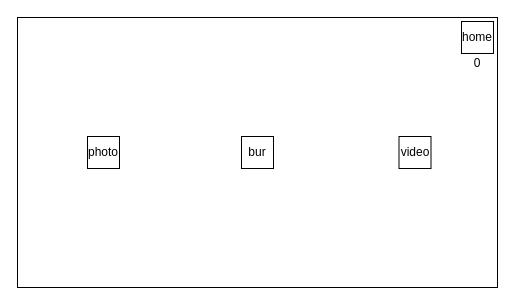
Above: Untitled explore-4.drawio in Pre-vious/draw.io (draw.io), before the change. Source tidied: cells renumbered, new cells numbered last; positions are measured from the earlier drawing's top-left corner, leaving out a move shared by most shapes. Both pictures are drawn from the tidied source at 100%, with x=0, y=0 at pixel (17, 17).
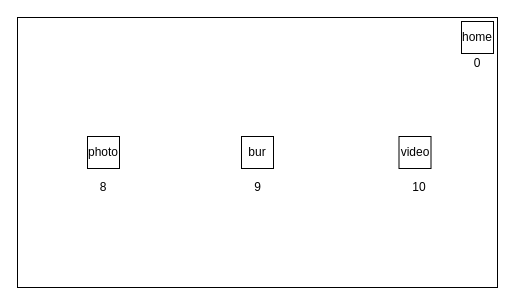
Above is the later version.

Change to the diagram source:
```diff
@@
 <mxGraphModel>
   <root>
     <mxCell id="0" />
     <mxCell id="1" parent="0" />
     <mxCell id="2" style="rounded=0;whiteSpace=wrap;html=1;" parent="1" vertex="1">
       <mxGeometry width="480" height="270" as="geometry" />
     </mxCell>
     <mxCell id="3" value="photo" style="whiteSpace=wrap;html=1;" parent="1" vertex="1">
       <mxGeometry x="70" y="119" width="32" height="32" as="geometry" />
     </mxCell>
     <mxCell id="4" value="bur" style="whiteSpace=wrap;html=1;" parent="1" vertex="1">
       <mxGeometry x="224" y="119" width="32" height="32" as="geometry" />
     </mxCell>
     <mxCell id="5" value="video" style="whiteSpace=wrap;html=1;" parent="1" vertex="1">
       <mxGeometry x="381.5" y="119" width="32" height="32" as="geometry" />
     </mxCell>
     <mxCell id="6" value="home" style="whiteSpace=wrap;html=1;" parent="1" vertex="1">
       <mxGeometry x="444" y="4" width="32" height="32" as="geometry" />
     </mxCell>
     <mxCell id="7" value="0" style="text;html=1;strokeColor=none;fillColor=none;align=center;verticalAlign=middle;whiteSpace=wrap;rounded=0;" parent="1" vertex="1">
       <mxGeometry x="440" y="36" width="40" height="20" as="geometry" />
     </mxCell>
+    <mxCell id="8" value="8" style="text;html=1;strokeColor=none;fillColor=none;align=center;verticalAlign=middle;whiteSpace=wrap;rounded=0;" parent="1" vertex="1">
+      <mxGeometry x="66" y="160" width="40" height="20" as="geometry" />
+    </mxCell>
+    <mxCell id="9" value="9" style="text;html=1;align=center;verticalAlign=middle;" parent="1" vertex="1">
+      <mxGeometry x="230" y="160" width="20" height="20" as="geometry" />
+    </mxCell>
+    <mxCell id="10" value="10" style="text;html=1;strokeColor=none;fillColor=none;align=center;verticalAlign=middle;whiteSpace=wrap;rounded=0;" parent="1" vertex="1">
+      <mxGeometry x="381.5" y="160" width="40" height="20" as="geometry" />
+    </mxCell>
   </root>
 </mxGraphModel>
```
